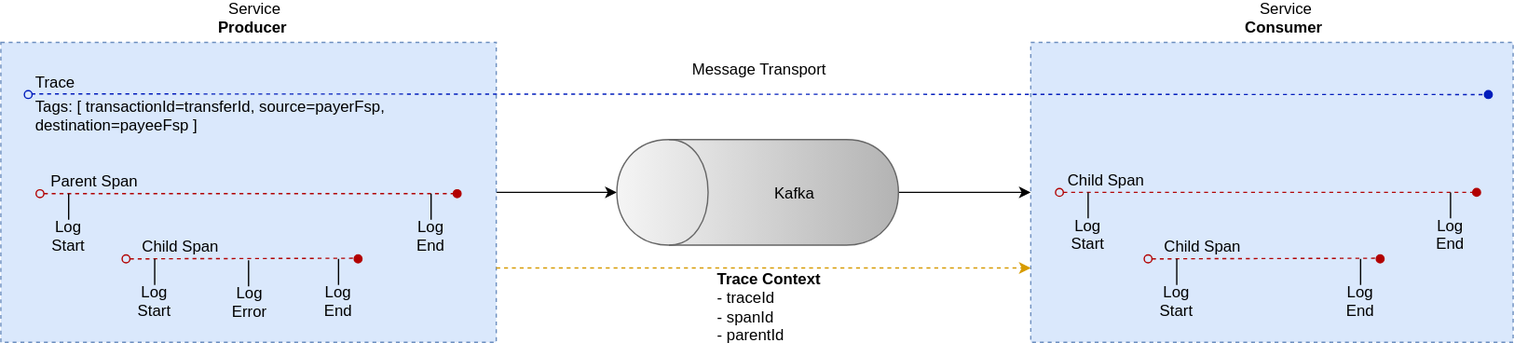
Earlier version of the draw.io export mojaloop-technical-overview/event-framework/assets/diagrams/architecture/architecture-event-trace.svg (mojaloop/documentation). Source tidied: cells renumbered, new cells last; positions are measured from the earlier drawing's top-left corner, leaving out a move shared by most shapes.
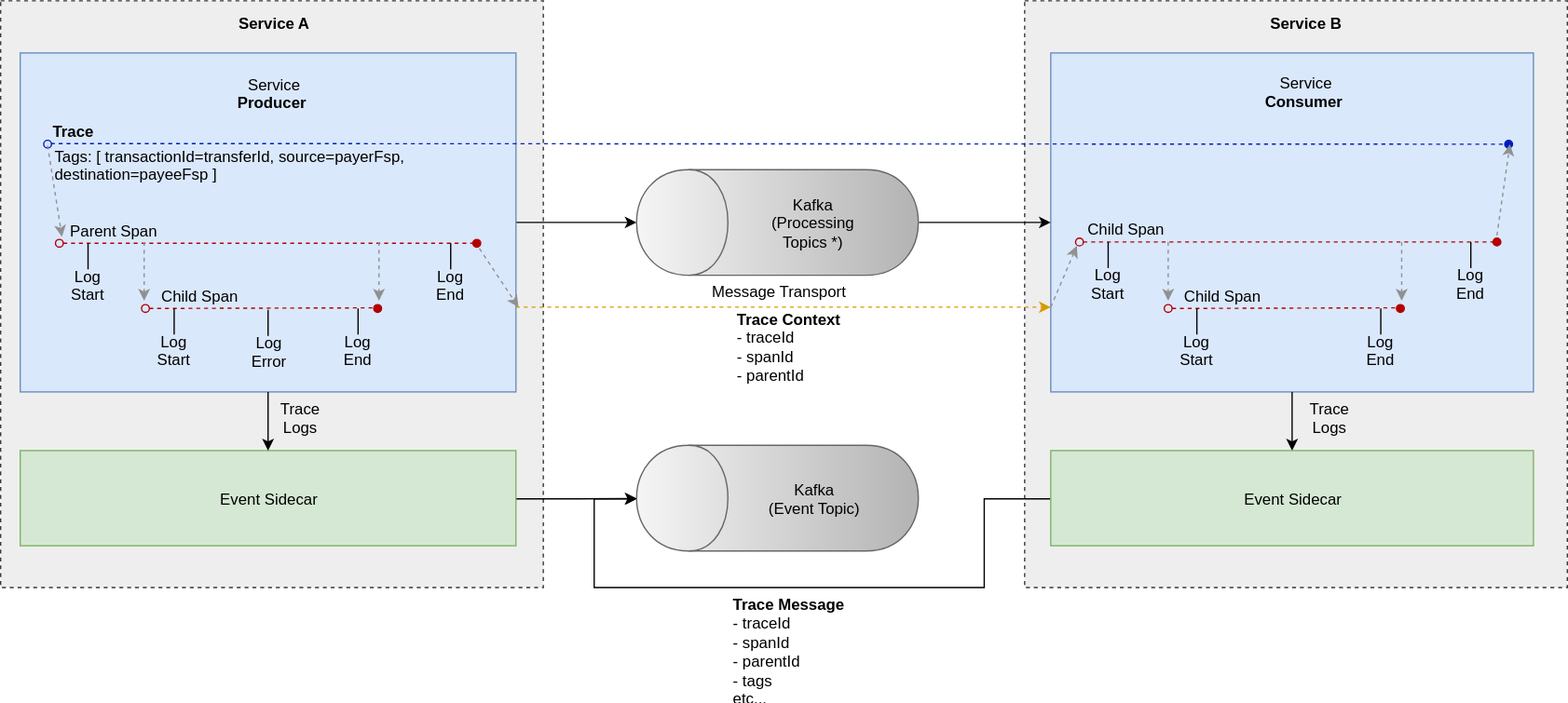
Later version of the same file.

The edit, as a diff of the source:
```diff
@@ -2,27 +2,36 @@
   <root>
     <mxCell id="0" />
     <mxCell id="1" parent="0" />
+    <mxCell id="42" value="Sidecar" style="rounded=0;whiteSpace=wrap;html=1;fillColor=#eeeeee;strokeColor=#36393d;dashed=1;" parent="1" vertex="1">
+      <mxGeometry x="770" y="-41" width="416" height="450" as="geometry" />
+    </mxCell>
+    <mxCell id="8" style="rounded=0;whiteSpace=wrap;html=1;fillColor=#dae8fc;strokeColor=#6c8ebf;" parent="1" vertex="1">
+      <mxGeometry x="790" y="-1" width="370" height="260" as="geometry" />
+    </mxCell>
+    <mxCell id="43" value="Sidecar" style="rounded=0;whiteSpace=wrap;html=1;fillColor=#eeeeee;strokeColor=#36393d;dashed=1;" parent="1" vertex="1">
+      <mxGeometry x="-15" y="-41" width="416" height="450" as="geometry" />
+    </mxCell>
     <mxCell id="2" value="Service&lt;br&gt;&lt;b&gt;Consumer&lt;/b&gt;&amp;nbsp;" style="text;html=1;strokeColor=none;fillColor=none;align=center;verticalAlign=middle;whiteSpace=wrap;rounded=0;" parent="1" vertex="1">
-      <mxGeometry x="920" width="130" height="20" as="geometry" />
+      <mxGeometry x="920" y="19" width="130" height="20" as="geometry" />
     </mxCell>
     <mxCell id="3" style="edgeStyle=orthogonalEdgeStyle;rounded=0;jettySize=auto;html=1;exitX=1;exitY=0.5;exitDx=0;exitDy=0;" parent="1" edge="1" source="4" target="6">
       <mxGeometry relative="1" as="geometry" />
     </mxCell>
-    <mxCell id="4" style="rounded=0;whiteSpace=wrap;html=1;fillColor=#dae8fc;strokeColor=#6c8ebf;dashed=1;" parent="1" vertex="1">
-      <mxGeometry y="29" width="380" height="230" as="geometry" />
+    <mxCell id="4" style="rounded=0;whiteSpace=wrap;html=1;fillColor=#dae8fc;strokeColor=#6c8ebf;" parent="1" vertex="1">
+      <mxGeometry y="-1" width="380" height="260" as="geometry" />
     </mxCell>
     <mxCell id="5" style="edgeStyle=orthogonalEdgeStyle;rounded=0;jettySize=auto;html=1;exitX=0.5;exitY=1;exitDx=0;exitDy=0;entryX=0;entryY=0.5;entryDx=0;entryDy=0;" parent="1" edge="1" source="6" target="8">
       <mxGeometry relative="1" as="geometry" />
     </mxCell>
     <mxCell id="6" value="&lt;div style=&quot;text-align: center&quot;&gt;&lt;/div&gt;" style="shape=cylinder;whiteSpace=wrap;html=1;boundedLbl=1;backgroundOutline=1;rotation=-90;flipH=1;flipV=0;direction=east;fillColor=#f5f5f5;strokeColor=#666666;gradientColor=#b3b3b3;" parent="1" vertex="1">
-      <mxGeometry x="540" y="36" width="81" height="216" as="geometry" />
+      <mxGeometry x="540" y="21" width="81" height="216" as="geometry" />
     </mxCell>
-    <mxCell id="7" value="&lt;div&gt;&lt;/div&gt;Kafka&lt;br&gt;" style="text;html=1;strokeColor=none;fillColor=none;align=center;verticalAlign=middle;whiteSpace=wrap;rounded=0;" parent="1" vertex="1">
-      <mxGeometry x="558" y="133.5" width="100" height="21" as="geometry" />
+    <mxCell id="7" value="&lt;div&gt;&lt;/div&gt;Kafka&lt;br&gt;(Processing Topics *)&lt;br&gt;" style="text;html=1;strokeColor=none;fillColor=none;align=center;verticalAlign=middle;whiteSpace=wrap;rounded=0;" parent="1" vertex="1">
+      <mxGeometry x="558" y="118.5" width="100" height="21" as="geometry" />
     </mxCell>
-    <mxCell id="8" style="rounded=0;whiteSpace=wrap;html=1;fillColor=#dae8fc;strokeColor=#6c8ebf;dashed=1;" parent="1" vertex="1">
-      <mxGeometry x="790" y="29" width="370" height="230" as="geometry" />
-    </mxCell>
+    <mxCell id="44" style="edgeStyle=orthogonalEdgeStyle;rounded=0;jettySize=auto;html=1;exitX=0.5;exitY=1;exitDx=0;exitDy=0;entryX=0.5;entryY=0;entryDx=0;entryDy=0;startArrow=none;startFill=0;endArrow=classic;endFill=1;" parent="1" edge="1" source="8" target="50">
+      <mxGeometry relative="1" as="geometry" />
+    </mxCell>
     <mxCell id="9" style="endArrow=oval;dashed=1;html=1;endFill=1;startArrow=oval;startFill=0;fillColor=#0050ef;strokeColor=#001DBC;" parent="1" edge="1">
       <mxGeometry relative="1" as="geometry">
         <mxPoint x="20.5" y="68.5" as="sourcePoint" />
@@ -38,7 +47,7 @@
     <mxCell id="11" value="Parent Span" style="text;html=1;strokeColor=none;fillColor=none;align=center;verticalAlign=middle;whiteSpace=wrap;rounded=0;" parent="1" vertex="1">
       <mxGeometry x="32" y="125" width="78" height="20" as="geometry" />
     </mxCell>
-    <mxCell id="12" value="Trace" style="text;html=1;strokeColor=none;fillColor=none;align=center;verticalAlign=middle;whiteSpace=wrap;rounded=0;" parent="1" vertex="1">
+    <mxCell id="12" value="Trace" style="text;html=1;strokeColor=none;fillColor=none;align=center;verticalAlign=middle;whiteSpace=wrap;rounded=0;fontStyle=1;" parent="1" vertex="1">
       <mxGeometry x="20.5" y="49" width="40" height="20" as="geometry" />
     </mxCell>
     <mxCell id="13" style="endArrow=classic;dashed=1;html=1;startArrow=none;startFill=0;endFill=1;entryX=0;entryY=0.75;entryDx=0;entryDy=0;exitX=1;exitY=0.75;exitDx=0;exitDy=0;fillColor=#ffcd28;strokeColor=#d79b00;gradientColor=#ffa500;" parent="1" edge="1" source="4" target="8">
@@ -117,10 +126,10 @@
       <mxGeometry x="239" y="216.5" width="40" height="20" as="geometry" />
     </mxCell>
     <mxCell id="30" value="&lt;div style=&quot;text-align: justify&quot;&gt;&lt;span&gt;&lt;b&gt;Trace Context&lt;/b&gt;&lt;/span&gt;&lt;br&gt;&lt;span&gt;- traceId&lt;/span&gt;&lt;br&gt;&lt;span&gt;- spanId&lt;/span&gt;&lt;br&gt;&lt;span&gt;- parentId&lt;/span&gt;&lt;br&gt;&lt;/div&gt;" style="text;html=1;strokeColor=none;fillColor=none;align=center;verticalAlign=middle;whiteSpace=wrap;rounded=0;" parent="1" vertex="1">
-      <mxGeometry x="547" y="218.5" width="83" height="25" as="geometry" />
+      <mxGeometry x="547" y="211.5" width="83" height="25" as="geometry" />
     </mxCell>
     <mxCell id="31" value="Service&lt;br&gt;&lt;b&gt;Producer&lt;/b&gt;&amp;nbsp;" style="text;html=1;strokeColor=none;fillColor=none;align=center;verticalAlign=middle;whiteSpace=wrap;rounded=0;" parent="1" vertex="1">
-      <mxGeometry x="129" width="130" height="20" as="geometry" />
+      <mxGeometry x="129" y="20" width="130" height="20" as="geometry" />
     </mxCell>
     <mxCell id="32" value="&lt;div style=&quot;text-align: left&quot;&gt;&lt;span&gt;Tags: [ transactionId=transferId, source=payerFsp,&amp;nbsp;&lt;/span&gt;&lt;/div&gt;&lt;div style=&quot;text-align: left&quot;&gt;&lt;span&gt;destination=payeeFsp ]&lt;/span&gt;&lt;/div&gt;" style="text;html=1;strokeColor=none;fillColor=none;align=center;verticalAlign=middle;whiteSpace=wrap;rounded=0;" parent="1" vertex="1">
       <mxGeometry x="13" y="75" width="297" height="20" as="geometry" />
@@ -153,7 +162,7 @@
       <mxGeometry x="1023" y="216.5" width="40" height="20" as="geometry" />
     </mxCell>
     <mxCell id="39" value="Message Transport" style="text;html=1;strokeColor=none;fillColor=none;align=center;verticalAlign=middle;whiteSpace=wrap;rounded=0;" parent="1" vertex="1">
-      <mxGeometry x="515.5" y="39" width="130" height="20" as="geometry" />
+      <mxGeometry x="515.5" y="172" width="130" height="20" as="geometry" />
     </mxCell>
     <mxCell id="40" style="endArrow=none;html=1;" parent="1" edge="1">
       <mxGeometry relative="1" as="geometry">
@@ -164,5 +173,90 @@
     <mxCell id="41" value="Log&lt;br&gt;Error&lt;br&gt;" style="text;html=1;strokeColor=none;fillColor=none;align=center;verticalAlign=middle;whiteSpace=wrap;rounded=0;" parent="1" vertex="1">
       <mxGeometry x="170" y="217.5" width="40" height="20" as="geometry" />
     </mxCell>
+    <mxCell id="45" style="edgeStyle=orthogonalEdgeStyle;rounded=0;jettySize=auto;html=1;startArrow=none;startFill=0;endArrow=classic;endFill=1;entryX=0.5;entryY=0;entryDx=0;entryDy=0;exitX=0;exitY=0.5;exitDx=0;exitDy=0;" parent="1" edge="1" source="50" target="46">
+      <mxGeometry relative="1" as="geometry">
+        <Array as="points">
+          <mxPoint x="739" y="341" />
+          <mxPoint x="739" y="409" />
+          <mxPoint x="440" y="409" />
+          <mxPoint x="440" y="341" />
+        </Array>
+      </mxGeometry>
+    </mxCell>
+    <mxCell id="46" value="&lt;div style=&quot;text-align: center&quot;&gt;&lt;/div&gt;" style="shape=cylinder;whiteSpace=wrap;html=1;boundedLbl=1;backgroundOutline=1;rotation=-90;flipH=1;flipV=0;direction=east;fillColor=#f5f5f5;strokeColor=#666666;gradientColor=#b3b3b3;" parent="1" vertex="1">
+      <mxGeometry x="540" y="232.5" width="81" height="216" as="geometry" />
+    </mxCell>
+    <mxCell id="47" value="&lt;div&gt;&lt;/div&gt;Kafka&lt;br&gt;(Event Topic)&lt;br&gt;" style="text;html=1;strokeColor=none;fillColor=none;align=center;verticalAlign=middle;whiteSpace=wrap;rounded=0;" parent="1" vertex="1">
+      <mxGeometry x="558" y="330" width="100" height="21" as="geometry" />
+    </mxCell>
+    <mxCell id="48" style="edgeStyle=orthogonalEdgeStyle;rounded=0;jettySize=auto;html=1;exitX=1;exitY=0.5;exitDx=0;exitDy=0;startArrow=none;startFill=0;endArrow=classic;endFill=1;" parent="1" edge="1" source="49" target="46">
+      <mxGeometry relative="1" as="geometry" />
+    </mxCell>
+    <mxCell id="49" value="Event Sidecar" style="rounded=0;whiteSpace=wrap;html=1;fillColor=#d5e8d4;strokeColor=#82b366;" parent="1" vertex="1">
+      <mxGeometry y="304" width="380" height="73" as="geometry" />
+    </mxCell>
+    <mxCell id="50" value="Event Sidecar" style="rounded=0;whiteSpace=wrap;html=1;fillColor=#d5e8d4;strokeColor=#82b366;" parent="1" vertex="1">
+      <mxGeometry x="790" y="304" width="370" height="73" as="geometry" />
+    </mxCell>
+    <mxCell id="51" style="endArrow=classic;html=1;exitX=0.5;exitY=1;exitDx=0;exitDy=0;" parent="1" edge="1" source="4" target="49">
+      <mxGeometry relative="1" as="geometry" />
+    </mxCell>
+    <mxCell id="52" value="Trace&lt;br&gt;Logs&lt;br&gt;" style="text;html=1;strokeColor=none;fillColor=none;align=center;verticalAlign=middle;whiteSpace=wrap;rounded=0;" parent="1" vertex="1">
+      <mxGeometry x="194" y="269" width="40" height="20" as="geometry" />
+    </mxCell>
+    <mxCell id="53" value="Trace&lt;br&gt;Logs&lt;br&gt;" style="text;html=1;strokeColor=none;fillColor=none;align=center;verticalAlign=middle;whiteSpace=wrap;rounded=0;" parent="1" vertex="1">
+      <mxGeometry x="983" y="269" width="40" height="20" as="geometry" />
+    </mxCell>
+    <mxCell id="54" style="endArrow=classic;html=1;dashed=1;fillColor=#f5f5f5;strokeColor=#919191;" parent="1" edge="1">
+      <mxGeometry relative="1" as="geometry">
+        <mxPoint x="95" y="144" as="sourcePoint" />
+        <mxPoint x="95" y="189" as="targetPoint" />
+      </mxGeometry>
+    </mxCell>
+    <mxCell id="55" style="endArrow=classic;html=1;dashed=1;fillColor=#f5f5f5;strokeColor=#919191;" parent="1" edge="1">
+      <mxGeometry relative="1" as="geometry">
+        <mxPoint x="275" y="144" as="sourcePoint" />
+        <mxPoint x="275" y="189" as="targetPoint" />
+      </mxGeometry>
+    </mxCell>
+    <mxCell id="56" style="endArrow=classic;html=1;dashed=1;fillColor=#f5f5f5;strokeColor=#919191;" parent="1" edge="1">
+      <mxGeometry relative="1" as="geometry">
+        <mxPoint x="352" y="149" as="sourcePoint" />
+        <mxPoint x="382" y="194" as="targetPoint" />
+      </mxGeometry>
+    </mxCell>
+    <mxCell id="57" style="endArrow=classic;html=1;dashed=1;fillColor=#f5f5f5;strokeColor=#919191;entryX=-0.061;entryY=1.15;entryDx=0;entryDy=0;entryPerimeter=0;exitX=0;exitY=0.75;exitDx=0;exitDy=0;" parent="1" edge="1" source="8" target="19">
+      <mxGeometry relative="1" as="geometry" />
+    </mxCell>
+    <mxCell id="58" style="endArrow=classic;html=1;dashed=1;fillColor=#f5f5f5;strokeColor=#919191;" parent="1" edge="1">
+      <mxGeometry relative="1" as="geometry">
+        <mxPoint x="1059" y="144" as="sourcePoint" />
+        <mxPoint x="1059" y="189" as="targetPoint" />
+      </mxGeometry>
+    </mxCell>
+    <mxCell id="59" style="endArrow=classic;html=1;dashed=1;fillColor=#f5f5f5;strokeColor=#919191;" parent="1" edge="1">
+      <mxGeometry relative="1" as="geometry">
+        <mxPoint x="880" y="144" as="sourcePoint" />
+        <mxPoint x="880" y="189" as="targetPoint" />
+      </mxGeometry>
+    </mxCell>
+    <mxCell id="60" style="endArrow=classic;html=1;dashed=1;fillColor=#f5f5f5;strokeColor=#919191;entryX=0;entryY=0.75;entryDx=0;entryDy=0;exitX=0.027;exitY=-0.25;exitDx=0;exitDy=0;exitPerimeter=0;" parent="1" edge="1" source="32" target="11">
+      <mxGeometry relative="1" as="geometry" />
+    </mxCell>
+    <mxCell id="61" style="endArrow=classic;html=1;dashed=1;fillColor=#f5f5f5;strokeColor=#919191;" parent="1" edge="1">
+      <mxGeometry relative="1" as="geometry">
+        <mxPoint x="1132" y="139" as="sourcePoint" />
+        <mxPoint x="1142" y="69" as="targetPoint" />
+      </mxGeometry>
+    </mxCell>
+    <mxCell id="62" value="Service A" style="text;html=1;strokeColor=none;fillColor=none;align=center;verticalAlign=middle;whiteSpace=wrap;rounded=0;fontStyle=1;" parent="1" vertex="1">
+      <mxGeometry x="129" y="-34" width="130" height="20" as="geometry" />
+    </mxCell>
+    <mxCell id="63" value="Service B" style="text;html=1;strokeColor=none;fillColor=none;align=center;verticalAlign=middle;whiteSpace=wrap;rounded=0;fontStyle=1;" parent="1" vertex="1">
+      <mxGeometry x="920" y="-34" width="130" height="20" as="geometry" />
+    </mxCell>
+    <mxCell id="64" value="&lt;div style=&quot;text-align: justify&quot;&gt;&lt;span&gt;&lt;b&gt;Trace Message&lt;/b&gt;&lt;/span&gt;&lt;br&gt;&lt;span&gt;- traceId&lt;/span&gt;&lt;br&gt;&lt;span&gt;- spanId&lt;/span&gt;&lt;br&gt;&lt;span&gt;- parentId&lt;/span&gt;&lt;br&gt;&lt;/div&gt;&lt;div style=&quot;text-align: justify&quot;&gt;&lt;span&gt;- tags&lt;/span&gt;&lt;/div&gt;&lt;div style=&quot;text-align: justify&quot;&gt;&lt;span&gt;etc...&lt;/span&gt;&lt;/div&gt;" style="text;html=1;strokeColor=none;fillColor=none;align=center;verticalAlign=middle;whiteSpace=wrap;rounded=0;" parent="1" vertex="1">
+      <mxGeometry x="537" y="444" width="103" height="25" as="geometry" />
+    </mxCell>
   </root>
 </mxGraphModel>
```
